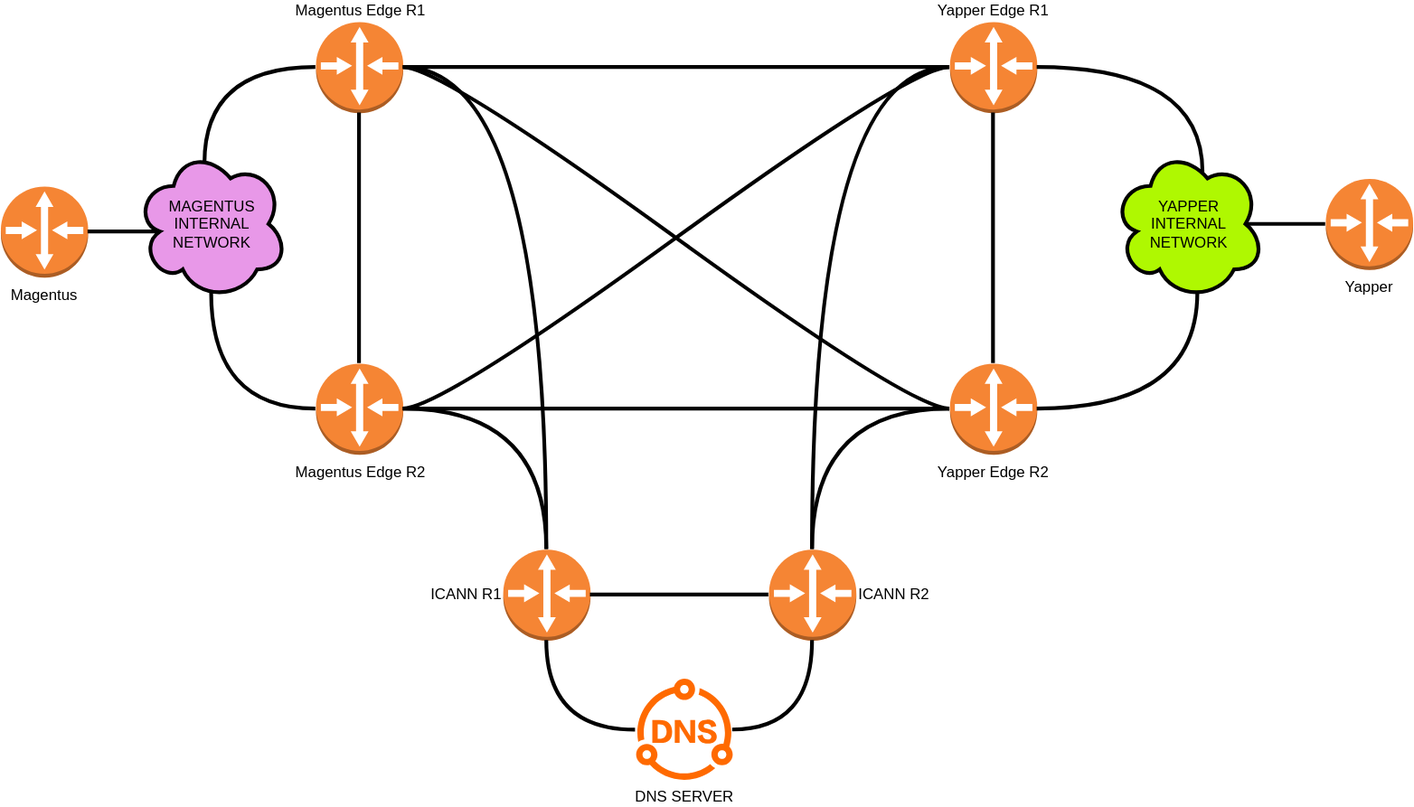
Above: tests/bgp/BGP-TESTING.drawio.svg in NovySoft/gns3tester (draw.io), before the change. Source tidied: cells renumbered, new cells last; positions are measured from the earlier drawing's top-left corner, leaving out a move shared by most shapes. Source of this version:
```xml
<mxGraphModel>
  <root>
    <mxCell id="0" />
    <mxCell id="1" parent="0" />
    <mxCell id="2" style="edgeStyle=orthogonalEdgeStyle;rounded=0;jettySize=auto;html=1;curved=1;strokeWidth=3;endArrow=none;endFill=0;" parent="1" edge="1" source="3" target="7">
      <mxGeometry relative="1" as="geometry" />
    </mxCell>
    <mxCell id="3" value="Magentus Edge R1" style="outlineConnect=0;dashed=0;verticalLabelPosition=top;verticalAlign=bottom;align=center;html=1;shape=mxgraph.aws3.router;fillColor=#F58534;gradientColor=none;labelPosition=center;" parent="1" vertex="1">
      <mxGeometry x="249" width="69" height="72" as="geometry" />
    </mxCell>
    <mxCell id="4" style="edgeStyle=orthogonalEdgeStyle;rounded=0;jettySize=auto;html=1;exitX=1;exitY=0.5;exitDx=0;exitDy=0;exitPerimeter=0;strokeColor=default;strokeWidth=3;endArrow=none;endFill=0;" parent="1" edge="1" source="6" target="12">
      <mxGeometry relative="1" as="geometry" />
    </mxCell>
    <mxCell id="5" style="edgeStyle=orthogonalEdgeStyle;rounded=0;jettySize=auto;html=1;exitX=0.5;exitY=0;exitDx=0;exitDy=0;exitPerimeter=0;endArrow=none;endFill=0;strokeWidth=3;" parent="1" edge="1" source="6" target="3">
      <mxGeometry relative="1" as="geometry" />
    </mxCell>
    <mxCell id="6" value="Magentus Edge R2" style="outlineConnect=0;dashed=0;verticalLabelPosition=bottom;verticalAlign=top;align=center;html=1;shape=mxgraph.aws3.router;fillColor=#F58534;gradientColor=none;labelPosition=center;" parent="1" vertex="1">
      <mxGeometry x="249" y="270" width="69" height="72" as="geometry" />
    </mxCell>
    <mxCell id="7" value="ICANN R1" style="outlineConnect=0;dashed=0;verticalLabelPosition=middle;verticalAlign=middle;align=right;html=1;shape=mxgraph.aws3.router;fillColor=#F58534;gradientColor=none;labelPosition=left;" parent="1" vertex="1">
      <mxGeometry x="397" y="417" width="69" height="72" as="geometry" />
    </mxCell>
    <mxCell id="8" value="ICANN R2" style="outlineConnect=0;dashed=0;verticalLabelPosition=middle;verticalAlign=middle;align=left;html=1;shape=mxgraph.aws3.router;fillColor=#F58534;gradientColor=none;labelPosition=right;" parent="1" vertex="1">
      <mxGeometry x="607" y="417" width="69" height="72" as="geometry" />
    </mxCell>
    <mxCell id="9" style="edgeStyle=orthogonalEdgeStyle;rounded=0;jettySize=auto;html=1;exitX=0;exitY=0.5;exitDx=0;exitDy=0;exitPerimeter=0;strokeWidth=3;endArrow=none;endFill=0;curved=1;" parent="1" edge="1" source="10" target="8">
      <mxGeometry relative="1" as="geometry" />
    </mxCell>
    <mxCell id="10" value="Yapper Edge R1" style="outlineConnect=0;dashed=0;verticalLabelPosition=top;verticalAlign=bottom;align=center;html=1;shape=mxgraph.aws3.router;fillColor=#F58534;gradientColor=none;labelPosition=center;" parent="1" vertex="1">
      <mxGeometry x="750" width="69" height="72" as="geometry" />
    </mxCell>
    <mxCell id="11" style="edgeStyle=orthogonalEdgeStyle;rounded=0;jettySize=auto;html=1;exitX=0.5;exitY=0;exitDx=0;exitDy=0;exitPerimeter=0;strokeWidth=3;endArrow=none;endFill=0;" parent="1" edge="1" source="12" target="10">
      <mxGeometry relative="1" as="geometry" />
    </mxCell>
    <mxCell id="12" value="Yapper Edge R2" style="outlineConnect=0;dashed=0;verticalLabelPosition=bottom;verticalAlign=top;align=center;html=1;shape=mxgraph.aws3.router;fillColor=#F58534;gradientColor=none;labelPosition=center;" parent="1" vertex="1">
      <mxGeometry x="750" y="270" width="69" height="72" as="geometry" />
    </mxCell>
    <mxCell id="13" style="edgeStyle=orthogonalEdgeStyle;rounded=0;jettySize=auto;html=1;exitX=1;exitY=0.5;exitDx=0;exitDy=0;exitPerimeter=0;entryX=0;entryY=0.5;entryDx=0;entryDy=0;entryPerimeter=0;strokeColor=default;strokeWidth=3;endArrow=none;endFill=0;" parent="1" edge="1" source="3" target="10">
      <mxGeometry relative="1" as="geometry" />
    </mxCell>
    <mxCell id="14" style="edgeStyle=entityRelationEdgeStyle;rounded=0;jettySize=auto;html=1;entryX=1;entryY=0.5;entryDx=0;entryDy=0;entryPerimeter=0;strokeWidth=3;endArrow=none;endFill=0;curved=1;" parent="1" edge="1" source="12" target="3">
      <mxGeometry relative="1" as="geometry" />
    </mxCell>
    <mxCell id="15" style="edgeStyle=entityRelationEdgeStyle;rounded=0;jettySize=auto;html=1;exitX=1;exitY=0.5;exitDx=0;exitDy=0;exitPerimeter=0;entryX=0;entryY=0.5;entryDx=0;entryDy=0;entryPerimeter=0;curved=1;strokeWidth=3;endArrow=none;endFill=0;" parent="1" edge="1" source="6" target="10">
      <mxGeometry relative="1" as="geometry" />
    </mxCell>
    <mxCell id="16" style="edgeStyle=orthogonalEdgeStyle;rounded=0;jettySize=auto;html=1;entryX=0.5;entryY=0;entryDx=0;entryDy=0;entryPerimeter=0;curved=1;strokeWidth=3;endArrow=none;endFill=0;" parent="1" edge="1" source="6" target="7">
      <mxGeometry relative="1" as="geometry" />
    </mxCell>
    <mxCell id="17" style="edgeStyle=orthogonalEdgeStyle;rounded=0;jettySize=auto;html=1;entryX=0.5;entryY=0;entryDx=0;entryDy=0;entryPerimeter=0;strokeWidth=3;endArrow=none;endFill=0;curved=1;" parent="1" edge="1" source="12" target="8">
      <mxGeometry relative="1" as="geometry" />
    </mxCell>
    <mxCell id="18" style="edgeStyle=orthogonalEdgeStyle;rounded=0;jettySize=auto;html=1;exitX=1;exitY=0.5;exitDx=0;exitDy=0;exitPerimeter=0;entryX=0;entryY=0.5;entryDx=0;entryDy=0;entryPerimeter=0;strokeWidth=3;endArrow=none;endFill=0;" parent="1" edge="1" source="7" target="8">
      <mxGeometry relative="1" as="geometry" />
    </mxCell>
    <mxCell id="19" value="MAGENTUS&lt;div&gt;INTERNAL NETWORK&lt;/div&gt;" style="ellipse;shape=cloud;whiteSpace=wrap;html=1;fillColor=#E898E8;strokeWidth=3;" parent="1" vertex="1">
      <mxGeometry x="107" y="100" width="120" height="120" as="geometry" />
    </mxCell>
    <mxCell id="20" style="edgeStyle=orthogonalEdgeStyle;rounded=0;jettySize=auto;html=1;exitX=0;exitY=0.5;exitDx=0;exitDy=0;exitPerimeter=0;entryX=0.497;entryY=0.947;entryDx=0;entryDy=0;entryPerimeter=0;strokeWidth=3;endArrow=none;endFill=0;curved=1;" parent="1" edge="1" source="6" target="19">
      <mxGeometry relative="1" as="geometry" />
    </mxCell>
    <mxCell id="21" style="edgeStyle=orthogonalEdgeStyle;rounded=0;jettySize=auto;html=1;exitX=0;exitY=0.5;exitDx=0;exitDy=0;exitPerimeter=0;entryX=0.453;entryY=0.1;entryDx=0;entryDy=0;entryPerimeter=0;strokeWidth=3;endArrow=none;endFill=0;curved=1;" parent="1" edge="1" source="3" target="19">
      <mxGeometry relative="1" as="geometry" />
    </mxCell>
    <mxCell id="22" value="YAPPER&lt;div&gt;INTERNAL&lt;/div&gt;&lt;div&gt;NETWORK&lt;/div&gt;" style="ellipse;shape=cloud;whiteSpace=wrap;html=1;fillColor=#AFF801;strokeWidth=3;" parent="1" vertex="1">
      <mxGeometry x="879" y="100" width="120" height="120" as="geometry" />
    </mxCell>
    <mxCell id="23" style="edgeStyle=orthogonalEdgeStyle;rounded=0;jettySize=auto;html=1;exitX=0.55;exitY=0.95;exitDx=0;exitDy=0;exitPerimeter=0;entryX=1;entryY=0.5;entryDx=0;entryDy=0;entryPerimeter=0;endArrow=none;endFill=0;strokeWidth=3;curved=1;" parent="1" edge="1" target="12">
      <mxGeometry relative="1" as="geometry">
        <mxPoint x="946" y="214" as="sourcePoint" />
        <Array as="points">
          <mxPoint x="946" y="306" />
        </Array>
      </mxGeometry>
    </mxCell>
    <mxCell id="24" style="edgeStyle=orthogonalEdgeStyle;rounded=0;jettySize=auto;html=1;exitX=0.584;exitY=0.161;exitDx=0;exitDy=0;exitPerimeter=0;entryX=1;entryY=0.5;entryDx=0;entryDy=0;entryPerimeter=0;endArrow=none;endFill=0;strokeWidth=3;curved=1;" parent="1" edge="1" target="10">
      <mxGeometry relative="1" as="geometry">
        <mxPoint x="950.1" y="119.3" as="sourcePoint" />
        <Array as="points">
          <mxPoint x="950" y="119" />
          <mxPoint x="950" y="36" />
        </Array>
      </mxGeometry>
    </mxCell>
    <mxCell id="25" value="DNS SERVER" style="points=[];html=1;align=center;shadow=0;dashed=0;fillColor=#FF6A00;strokeColor=none;shape=mxgraph.alibaba_cloud.dns_privatezone_02;labelPosition=center;verticalLabelPosition=bottom;verticalAlign=top;" parent="1" vertex="1">
      <mxGeometry x="502" y="519" width="76.3" height="80" as="geometry" />
    </mxCell>
    <mxCell id="26" style="edgeStyle=orthogonalEdgeStyle;rounded=0;jettySize=auto;html=1;exitX=0.5;exitY=1;exitDx=0;exitDy=0;exitPerimeter=0;entryX=-0.005;entryY=0.511;entryDx=0;entryDy=0;entryPerimeter=0;strokeWidth=3;endArrow=none;endFill=0;curved=1;" parent="1" edge="1" source="7" target="25">
      <mxGeometry relative="1" as="geometry" />
    </mxCell>
    <mxCell id="27" style="edgeStyle=orthogonalEdgeStyle;rounded=0;jettySize=auto;html=1;exitX=0.5;exitY=1;exitDx=0;exitDy=0;exitPerimeter=0;entryX=1.001;entryY=0.509;entryDx=0;entryDy=0;entryPerimeter=0;strokeWidth=3;endArrow=none;endFill=0;curved=1;" parent="1" edge="1" source="8" target="25">
      <mxGeometry relative="1" as="geometry" />
    </mxCell>
    <mxCell id="28" value="Magentus" style="outlineConnect=0;dashed=0;verticalLabelPosition=bottom;verticalAlign=top;align=center;html=1;shape=mxgraph.aws3.router;fillColor=#F58534;gradientColor=none;labelPosition=center;whiteSpace=wrap;" parent="1" vertex="1">
      <mxGeometry y="130" width="69" height="72" as="geometry" />
    </mxCell>
    <mxCell id="29" style="edgeStyle=orthogonalEdgeStyle;rounded=0;jettySize=auto;html=1;exitX=1;exitY=0.5;exitDx=0;exitDy=0;exitPerimeter=0;entryX=0.16;entryY=0.55;entryDx=0;entryDy=0;entryPerimeter=0;strokeWidth=3;endArrow=none;endFill=0;" parent="1" edge="1" source="28" target="19">
      <mxGeometry relative="1" as="geometry" />
    </mxCell>
    <mxCell id="30" value="Yapper" style="outlineConnect=0;dashed=0;verticalLabelPosition=bottom;verticalAlign=top;align=center;html=1;shape=mxgraph.aws3.router;fillColor=#F58534;gradientColor=none;labelPosition=center;whiteSpace=wrap;" parent="1" vertex="1">
      <mxGeometry x="1047" y="124" width="69" height="72" as="geometry" />
    </mxCell>
    <mxCell id="31" style="edgeStyle=orthogonalEdgeStyle;rounded=0;jettySize=auto;html=1;exitX=0;exitY=0.5;exitDx=0;exitDy=0;exitPerimeter=0;entryX=0.875;entryY=0.5;entryDx=0;entryDy=0;entryPerimeter=0;endArrow=none;endFill=0;strokeWidth=3;" parent="1" edge="1" source="30" target="22">
      <mxGeometry relative="1" as="geometry" />
    </mxCell>
  </root>
</mxGraphModel>
```
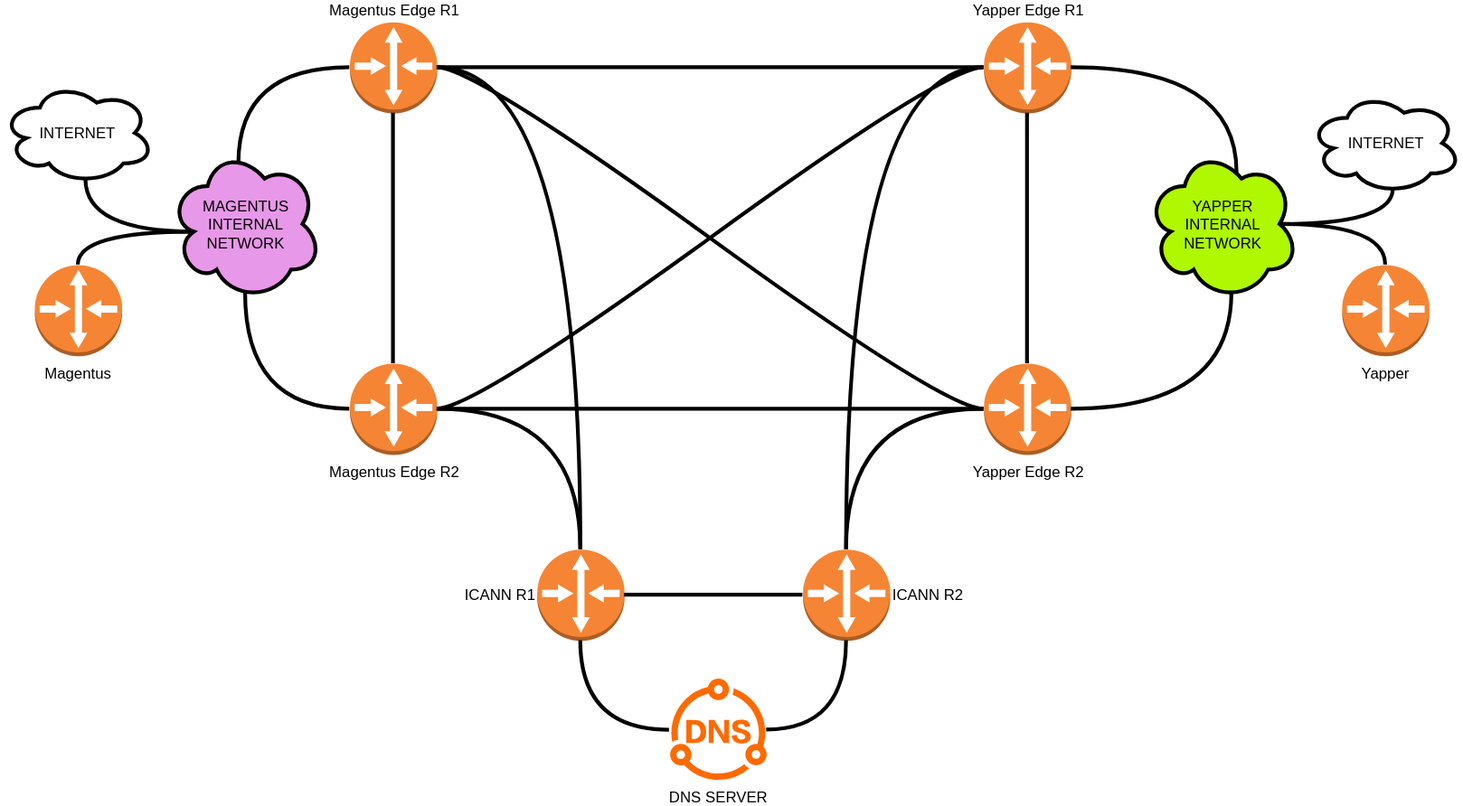
Later version of the same file.

What changed in the source:
```diff
@@ -92,16 +92,40 @@
       <mxGeometry relative="1" as="geometry" />
     </mxCell>
     <mxCell id="28" value="Magentus" style="outlineConnect=0;dashed=0;verticalLabelPosition=bottom;verticalAlign=top;align=center;html=1;shape=mxgraph.aws3.router;fillColor=#F58534;gradientColor=none;labelPosition=center;whiteSpace=wrap;" parent="1" vertex="1">
-      <mxGeometry y="130" width="69" height="72" as="geometry" />
+      <mxGeometry y="192" width="69" height="72" as="geometry" />
     </mxCell>
-    <mxCell id="29" style="edgeStyle=orthogonalEdgeStyle;rounded=0;jettySize=auto;html=1;exitX=1;exitY=0.5;exitDx=0;exitDy=0;exitPerimeter=0;entryX=0.16;entryY=0.55;entryDx=0;entryDy=0;entryPerimeter=0;strokeWidth=3;endArrow=none;endFill=0;" parent="1" edge="1" source="28" target="19">
+    <mxCell id="29" style="edgeStyle=orthogonalEdgeStyle;rounded=0;jettySize=auto;html=1;exitX=0.5;exitY=0;exitDx=0;exitDy=0;exitPerimeter=0;entryX=0.16;entryY=0.55;entryDx=0;entryDy=0;entryPerimeter=0;strokeWidth=3;endArrow=none;endFill=0;curved=1;" parent="1" edge="1" source="28" target="19">
       <mxGeometry relative="1" as="geometry" />
     </mxCell>
     <mxCell id="30" value="Yapper" style="outlineConnect=0;dashed=0;verticalLabelPosition=bottom;verticalAlign=top;align=center;html=1;shape=mxgraph.aws3.router;fillColor=#F58534;gradientColor=none;labelPosition=center;whiteSpace=wrap;" parent="1" vertex="1">
-      <mxGeometry x="1047" y="124" width="69" height="72" as="geometry" />
+      <mxGeometry x="1033" y="192" width="69" height="72" as="geometry" />
     </mxCell>
-    <mxCell id="31" style="edgeStyle=orthogonalEdgeStyle;rounded=0;jettySize=auto;html=1;exitX=0;exitY=0.5;exitDx=0;exitDy=0;exitPerimeter=0;entryX=0.875;entryY=0.5;entryDx=0;entryDy=0;entryPerimeter=0;endArrow=none;endFill=0;strokeWidth=3;" parent="1" edge="1" source="30" target="22">
-      <mxGeometry relative="1" as="geometry" />
+    <mxCell id="31" style="edgeStyle=orthogonalEdgeStyle;rounded=0;jettySize=auto;html=1;exitX=0.5;exitY=0;exitDx=0;exitDy=0;exitPerimeter=0;entryX=0.875;entryY=0.5;entryDx=0;entryDy=0;entryPerimeter=0;endArrow=none;endFill=0;strokeWidth=3;curved=1;" parent="1" edge="1" source="30" target="22">
+      <mxGeometry relative="1" as="geometry">
+        <Array as="points">
+          <mxPoint x="1067" y="160" />
+        </Array>
+      </mxGeometry>
     </mxCell>
+    <mxCell id="32" value="INTERNET" style="ellipse;shape=cloud;whiteSpace=wrap;html=1;strokeWidth=3;fillColor=none;" parent="1" vertex="1">
+      <mxGeometry x="-25.5" y="48" width="120" height="80" as="geometry" />
+    </mxCell>
+    <mxCell id="33" style="edgeStyle=orthogonalEdgeStyle;rounded=0;jettySize=auto;html=1;exitX=0.16;exitY=0.55;exitDx=0;exitDy=0;exitPerimeter=0;entryX=0.55;entryY=0.95;entryDx=0;entryDy=0;entryPerimeter=0;strokeWidth=3;endArrow=none;endFill=0;curved=1;" parent="1" edge="1" source="19" target="32">
+      <mxGeometry relative="1" as="geometry">
+        <Array as="points">
+          <mxPoint x="41" y="166" />
+        </Array>
+      </mxGeometry>
+    </mxCell>
+    <mxCell id="34" value="INTERNET" style="ellipse;shape=cloud;whiteSpace=wrap;html=1;strokeWidth=3;fillColor=none;" parent="1" vertex="1">
+      <mxGeometry x="1007.5" y="56" width="120" height="80" as="geometry" />
+    </mxCell>
+    <mxCell id="35" style="edgeStyle=orthogonalEdgeStyle;rounded=0;jettySize=auto;html=1;exitX=0.875;exitY=0.5;exitDx=0;exitDy=0;exitPerimeter=0;entryX=0.55;entryY=0.95;entryDx=0;entryDy=0;entryPerimeter=0;strokeWidth=3;endArrow=none;endFill=0;curved=1;" parent="1" edge="1" source="22" target="34">
+      <mxGeometry relative="1" as="geometry">
+        <Array as="points">
+          <mxPoint x="1074" y="160" />
+        </Array>
+      </mxGeometry>
+    </mxCell>
   </root>
 </mxGraphModel>
```
